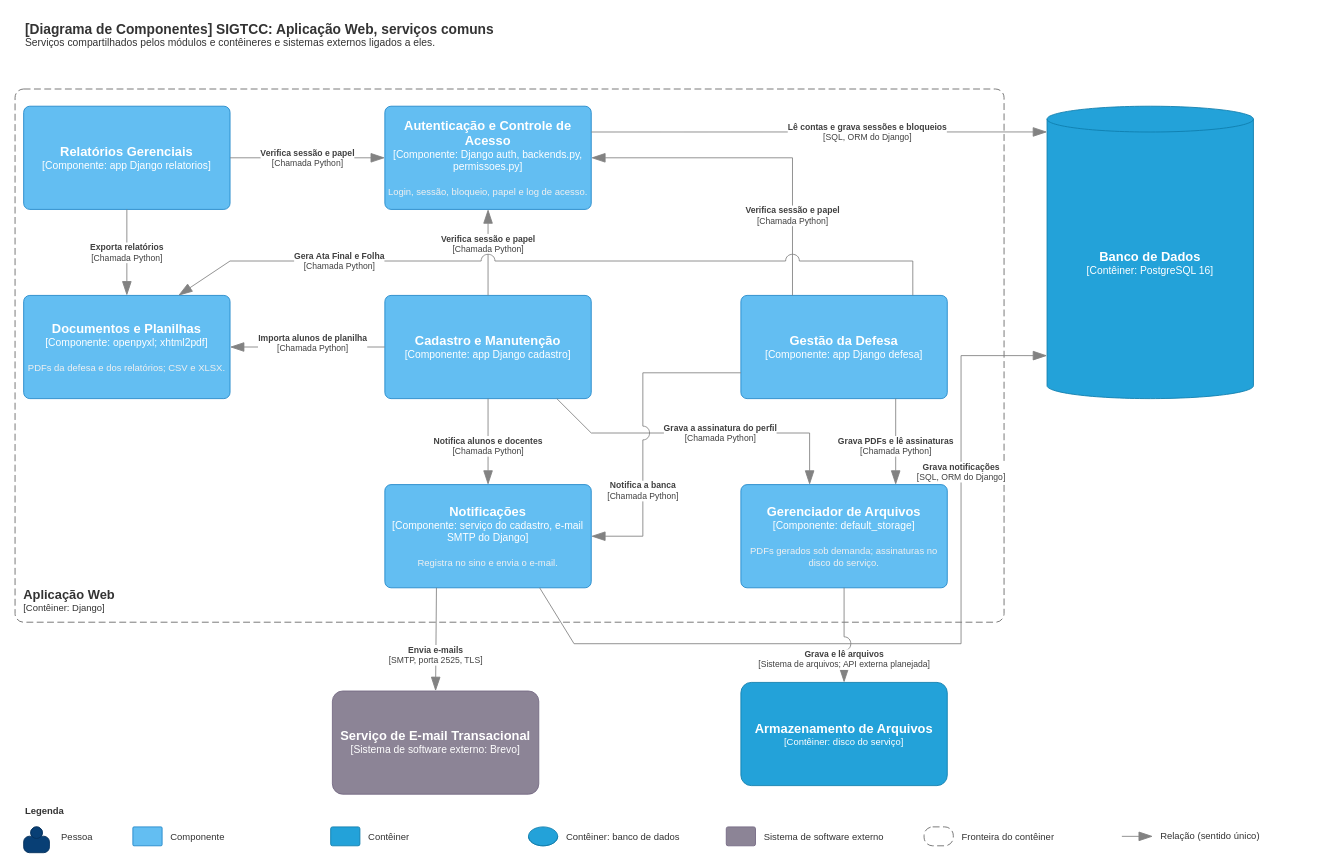
Before: page "Componentes: serviços comuns" (2 of 2) of docs/arquitetura/Componentes_SIGTCC.drawio in celiobenj/SIGTCC, a draw.io diagram. Source tidied: cells renumbered, new cells numbered last; positions are measured from the earlier drawing's top-left corner, leaving out a move shared by most shapes. Both pictures are drawn from the tidied source at 86%, with x=0, y=0 at pixel (15, 15).
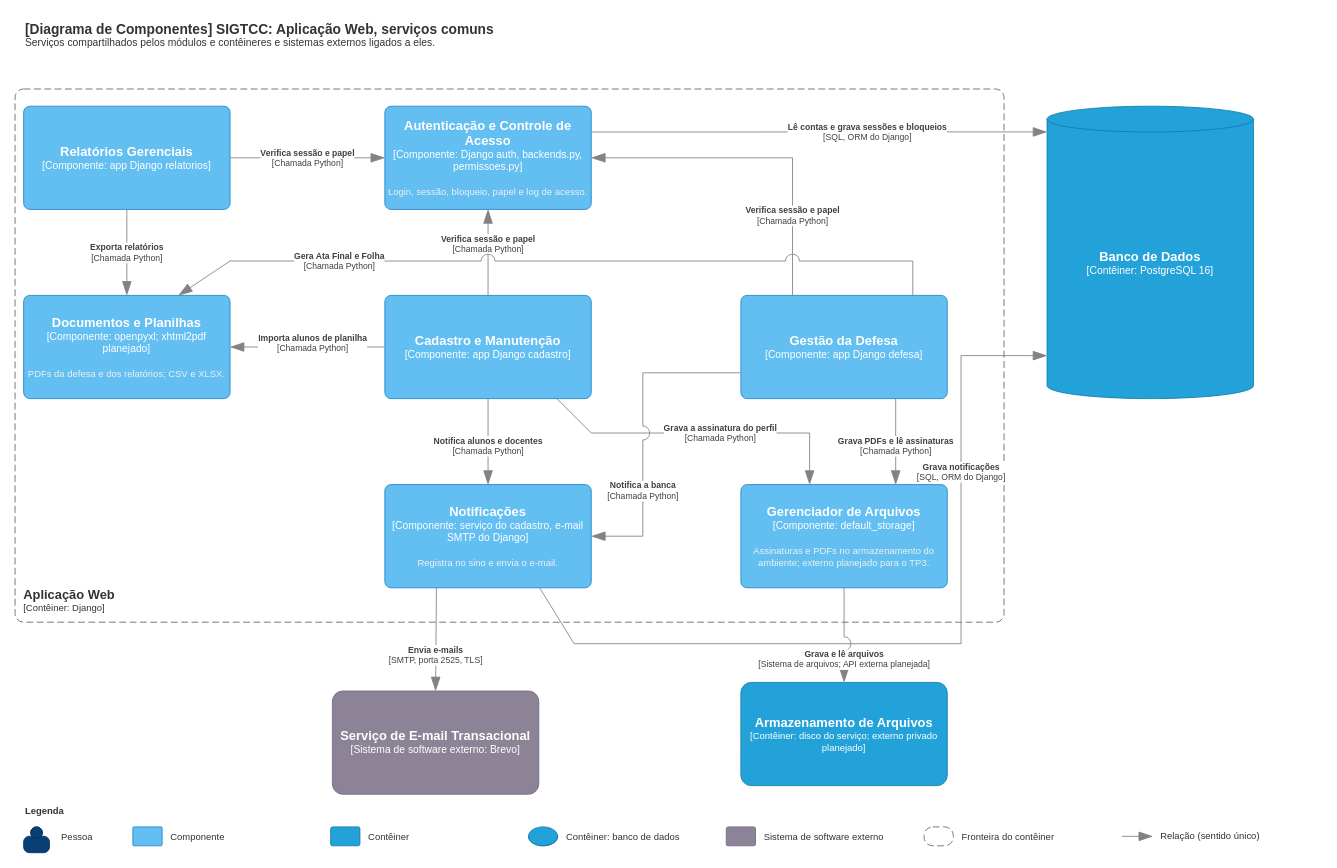
After the change.

Change to the diagram source:
```diff
@@
-    <mxCell id="6" value="&lt;font style=&quot;font-size:15px&quot;&gt;&lt;b&gt;Documentos e Planilhas&lt;/b&gt;&lt;/font&gt;&lt;div&gt;[Componente: openpyxl; xhtml2pdf]&lt;/div&gt;&lt;br&gt;&lt;div&gt;&lt;font style=&quot;font-size:11px&quot; color=&quot;#F0F0F0&quot;&gt;PDFs da defesa e dos relatórios; CSV e XLSX.&lt;/font&gt;&lt;/div&gt;" style="rounded=1;whiteSpace=wrap;html=1;labelBackgroundColor=none;fillColor=#63BEF2;fontColor=#ffffff;align=center;arcSize=6;strokeColor=#2086C9;" parent="1" vertex="1">
+    <mxCell id="6" value="&lt;font style=&quot;font-size:15px&quot;&gt;&lt;b&gt;Documentos e Planilhas&lt;/b&gt;&lt;/font&gt;&lt;div&gt;[Componente: openpyxl; xhtml2pdf planejado]&lt;/div&gt;&lt;br&gt;&lt;div&gt;&lt;font style=&quot;font-size:11px&quot; color=&quot;#F0F0F0&quot;&gt;PDFs da defesa e dos relatórios; CSV e XLSX.&lt;/font&gt;&lt;/div&gt;" style="rounded=1;whiteSpace=wrap;html=1;labelBackgroundColor=none;fillColor=#63BEF2;fontColor=#ffffff;align=center;arcSize=6;strokeColor=#2086C9;" parent="1" vertex="1">
       <mxGeometry x="10" y="326" width="240" height="120" as="geometry" />
     </mxCell>
@@
-    <mxCell id="10" value="&lt;font style=&quot;font-size:15px&quot;&gt;&lt;b&gt;Gerenciador de Arquivos&lt;/b&gt;&lt;/font&gt;&lt;div&gt;[Componente: default_storage]&lt;/div&gt;&lt;br&gt;&lt;div&gt;&lt;font style=&quot;font-size:11px&quot; color=&quot;#F0F0F0&quot;&gt;PDFs gerados sob demanda; assinaturas no disco do serviço.&lt;/font&gt;&lt;/div&gt;" style="rounded=1;whiteSpace=wrap;html=1;labelBackgroundColor=none;fillColor=#63BEF2;fontColor=#ffffff;align=center;arcSize=6;strokeColor=#2086C9;" parent="1" vertex="1">
+    <mxCell id="10" value="&lt;font style=&quot;font-size:15px&quot;&gt;&lt;b&gt;Gerenciador de Arquivos&lt;/b&gt;&lt;/font&gt;&lt;div&gt;[Componente: default_storage]&lt;/div&gt;&lt;br&gt;&lt;div&gt;&lt;font style=&quot;font-size:11px&quot; color=&quot;#F0F0F0&quot;&gt;Assinaturas e PDFs no armazenamento do ambiente; externo planejado para o TP3.&lt;/font&gt;&lt;/div&gt;" style="rounded=1;whiteSpace=wrap;html=1;labelBackgroundColor=none;fillColor=#63BEF2;fontColor=#ffffff;align=center;arcSize=6;strokeColor=#2086C9;" parent="1" vertex="1">
       <mxGeometry x="844" y="546" width="240" height="120" as="geometry" />
     </mxCell>
@@
-    <mxCell id="13" value="&lt;font style=&quot;font-size:15px&quot;&gt;&lt;b&gt;Armazenamento de Arquivos&lt;/b&gt;&lt;/font&gt;&lt;div&gt;[Contêiner: disco do serviço]&lt;/div&gt;" style="rounded=1;whiteSpace=wrap;html=1;fontSize=11;labelBackgroundColor=none;fillColor=#23A2D9;fontColor=#ffffff;align=center;arcSize=10;strokeColor=#0E7DAD;" parent="1" vertex="1">
+    <mxCell id="13" value="&lt;font style=&quot;font-size:15px&quot;&gt;&lt;b&gt;Armazenamento de Arquivos&lt;/b&gt;&lt;/font&gt;&lt;div&gt;[Contêiner: disco do serviço; externo privado planejado]&lt;/div&gt;" style="rounded=1;whiteSpace=wrap;html=1;fontSize=11;labelBackgroundColor=none;fillColor=#23A2D9;fontColor=#ffffff;align=center;arcSize=10;strokeColor=#0E7DAD;" parent="1" vertex="1">
       <mxGeometry x="844" y="776" width="240" height="120" as="geometry" />
     </mxCell>
```
